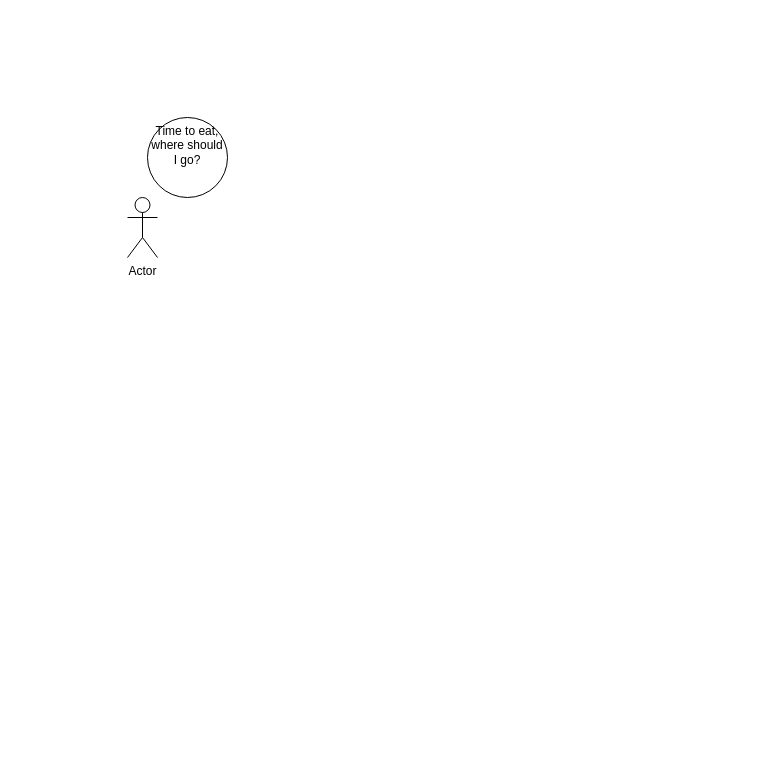
This is ECSE429_EX_StoryBoard.drawio from JayceCheung/Graphs, a draw.io file, before an edit. Source tidied: cells renumbered, new cells numbered last; positions are measured from the earlier drawing's top-left corner, leaving out a move shared by most shapes. Both pictures are drawn from the tidied source at 100%, with x=0, y=0 at pixel (127, 117).
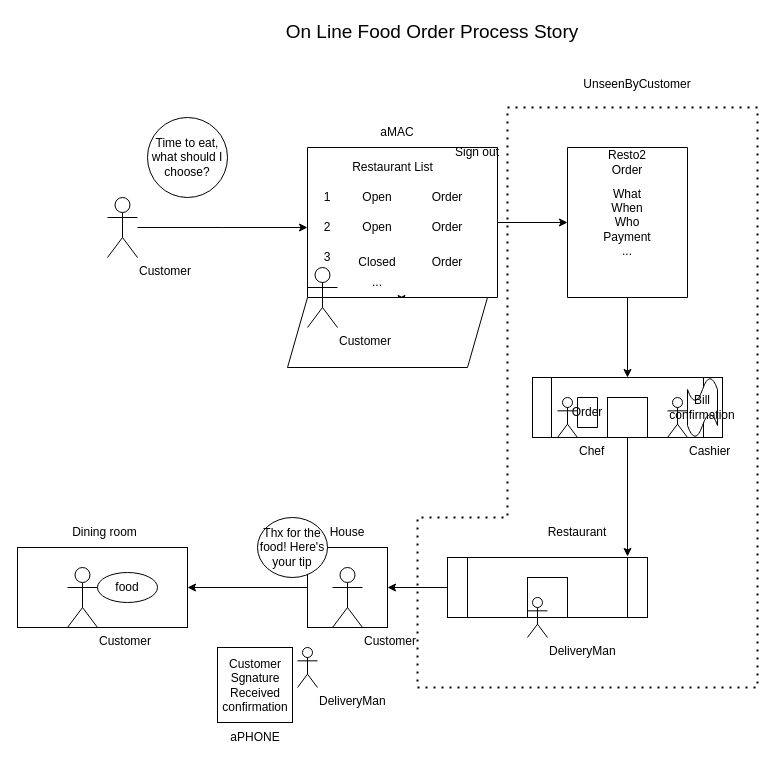
The same diagram, later.

Change to the diagram source:
```diff
@@
+    <mxCell id="4" style="edgeStyle=orthogonalEdgeStyle;rounded=0;jettySize=auto;html=1;" parent="1" edge="1" source="2">
+      <mxGeometry relative="1" as="geometry">
+        <mxPoint x="180" y="110" as="targetPoint" />
+      </mxGeometry>
+    </mxCell>
-    <mxCell id="2" value="Actor" style="shape=umlActor;verticalLabelPosition=bottom;verticalAlign=top;html=1;outlineConnect=0;" parent="1" vertex="1">
-      <mxGeometry y="80" width="30" height="60" as="geometry" />
+    <mxCell id="2" value="Customer" style="shape=umlActor;verticalLabelPosition=bottom;verticalAlign=top;html=1;outlineConnect=0;labelPosition=right;align=left;" parent="1" vertex="1">
+      <mxGeometry x="-20" y="80" width="30" height="60" as="geometry" />
     </mxCell>
-    <mxCell id="3" value="Time to eat, where should I go?" style="ellipse;whiteSpace=wrap;html=1;verticalAlign=top;" parent="1" vertex="1">
+    <mxCell id="3" value="Time to eat, what should I choose?" style="ellipse;whiteSpace=wrap;html=1;verticalAlign=middle;labelPosition=center;verticalLabelPosition=middle;align=center;" parent="1" vertex="1">
       <mxGeometry x="20" width="80" height="80" as="geometry" />
     </mxCell>
+    <mxCell id="5" style="edgeStyle=orthogonalEdgeStyle;rounded=0;jettySize=auto;html=1;exitX=1;exitY=0.5;exitDx=0;exitDy=0;" parent="1" edge="1" source="6" target="38">
+      <mxGeometry relative="1" as="geometry" />
+    </mxCell>
+    <mxCell id="6" style="swimlane;startSize=0;" parent="1" vertex="1">
+      <mxGeometry x="180" y="30" width="190" height="150" as="geometry" />
+    </mxCell>
+    <mxCell id="7" value="Restaurant List" style="text;html=1;align=center;verticalAlign=middle;strokeColor=none;fillColor=none;" parent="6" vertex="1">
+      <mxGeometry y="5" width="170" height="30" as="geometry" />
+    </mxCell>
+    <mxCell id="8" value="Open" style="text;html=1;strokeColor=none;fillColor=none;align=center;verticalAlign=middle;whiteSpace=wrap;rounded=0;" parent="6" vertex="1">
+      <mxGeometry x="40" y="35" width="60" height="30" as="geometry" />
+    </mxCell>
+    <mxCell id="9" value="Open" style="text;html=1;strokeColor=none;fillColor=none;align=center;verticalAlign=middle;whiteSpace=wrap;rounded=0;" parent="6" vertex="1">
+      <mxGeometry x="40" y="65" width="60" height="30" as="geometry" />
+    </mxCell>
+    <mxCell id="10" value="Closed" style="text;html=1;strokeColor=none;fillColor=none;align=center;verticalAlign=middle;whiteSpace=wrap;rounded=0;" parent="6" vertex="1">
+      <mxGeometry x="40" y="100" width="60" height="30" as="geometry" />
+    </mxCell>
+    <mxCell id="11" value="..." style="text;html=1;strokeColor=none;fillColor=none;align=center;verticalAlign=middle;whiteSpace=wrap;rounded=0;" parent="6" vertex="1">
+      <mxGeometry x="40" y="120" width="60" height="30" as="geometry" />
+    </mxCell>
+    <mxCell id="12" value="1" style="text;html=1;strokeColor=none;fillColor=none;align=center;verticalAlign=middle;whiteSpace=wrap;rounded=0;" parent="6" vertex="1">
+      <mxGeometry x="-10" y="35" width="60" height="30" as="geometry" />
+    </mxCell>
+    <mxCell id="13" value="2" style="text;html=1;strokeColor=none;fillColor=none;align=center;verticalAlign=middle;whiteSpace=wrap;rounded=0;" parent="6" vertex="1">
+      <mxGeometry x="-10" y="65" width="60" height="30" as="geometry" />
+    </mxCell>
+    <mxCell id="14" value="3" style="text;html=1;strokeColor=none;fillColor=none;align=center;verticalAlign=middle;whiteSpace=wrap;rounded=0;" parent="6" vertex="1">
+      <mxGeometry x="-10" y="95" width="60" height="30" as="geometry" />
+    </mxCell>
+    <mxCell id="15" style="edgeStyle=orthogonalEdgeStyle;rounded=0;jettySize=auto;html=1;exitX=0.5;exitY=1;exitDx=0;exitDy=0;entryX=0.9;entryY=1.2;entryDx=0;entryDy=0;entryPerimeter=0;" parent="6" edge="1" source="6" target="11">
+      <mxGeometry relative="1" as="geometry" />
+    </mxCell>
+    <mxCell id="16" value="Order" style="text;html=1;strokeColor=none;fillColor=none;align=center;verticalAlign=middle;whiteSpace=wrap;rounded=0;" parent="6" vertex="1">
+      <mxGeometry x="110" y="35" width="60" height="30" as="geometry" />
+    </mxCell>
+    <mxCell id="17" value="Order" style="text;html=1;strokeColor=none;fillColor=none;align=center;verticalAlign=middle;whiteSpace=wrap;rounded=0;" parent="6" vertex="1">
+      <mxGeometry x="110" y="65" width="60" height="30" as="geometry" />
+    </mxCell>
+    <mxCell id="18" value="Order" style="text;html=1;strokeColor=none;fillColor=none;align=center;verticalAlign=middle;whiteSpace=wrap;rounded=0;" parent="6" vertex="1">
+      <mxGeometry x="110" y="100" width="60" height="30" as="geometry" />
+    </mxCell>
+    <mxCell id="19" value="Sign out" style="text;html=1;strokeColor=none;fillColor=none;align=center;verticalAlign=middle;whiteSpace=wrap;rounded=0;" parent="6" vertex="1">
+      <mxGeometry x="140" y="-10" width="60" height="30" as="geometry" />
+    </mxCell>
+    <mxCell id="20" value="aMAC" style="text;html=1;strokeColor=none;fillColor=none;align=center;verticalAlign=middle;whiteSpace=wrap;rounded=0;" parent="1" vertex="1">
+      <mxGeometry x="180" width="180" height="30" as="geometry" />
+    </mxCell>
+    <mxCell id="21" style="shape=parallelogram;perimeter=parallelogramPerimeter;whiteSpace=wrap;html=1;fixedSize=1;" parent="1" vertex="1">
+      <mxGeometry x="160" y="180" width="200" height="70" as="geometry" />
+    </mxCell>
+    <mxCell id="22" value="Customer" style="shape=umlActor;verticalLabelPosition=bottom;verticalAlign=top;html=1;labelPosition=right;align=left;" parent="1" vertex="1">
+      <mxGeometry x="180" y="150" width="30" height="60" as="geometry" />
+    </mxCell>
+    <mxCell id="23" style="edgeStyle=orthogonalEdgeStyle;rounded=0;jettySize=auto;html=1;exitX=0;exitY=0.5;exitDx=0;exitDy=0;entryX=1;entryY=0.5;entryDx=0;entryDy=0;" parent="1" edge="1" source="24" target="29">
+      <mxGeometry relative="1" as="geometry" />
+    </mxCell>
+    <mxCell id="24" style="shape=process;whiteSpace=wrap;html=1;backgroundOutline=1;" parent="1" vertex="1">
+      <mxGeometry x="320" y="440" width="200" height="60" as="geometry" />
+    </mxCell>
+    <mxCell id="25" style="rounded=0;whiteSpace=wrap;html=1;" parent="1" vertex="1">
+      <mxGeometry x="400" y="460" width="40" height="40" as="geometry" />
+    </mxCell>
+    <mxCell id="26" value="Restaurant" style="text;html=1;strokeColor=none;fillColor=none;align=center;verticalAlign=middle;whiteSpace=wrap;rounded=0;" parent="1" vertex="1">
+      <mxGeometry x="420" y="400" width="60" height="30" as="geometry" />
+    </mxCell>
+    <mxCell id="27" value="DeliveryMan" style="shape=umlActor;verticalLabelPosition=bottom;verticalAlign=top;html=1;labelPosition=right;align=left;" parent="1" vertex="1">
+      <mxGeometry x="400" y="480" width="20" height="40" as="geometry" />
+    </mxCell>
+    <mxCell id="28" style="edgeStyle=orthogonalEdgeStyle;rounded=0;jettySize=auto;html=1;exitX=0;exitY=0.5;exitDx=0;exitDy=0;" parent="1" edge="1" source="29" target="31">
+      <mxGeometry relative="1" as="geometry" />
+    </mxCell>
+    <mxCell id="29" style="whiteSpace=wrap;html=1;" parent="1" vertex="1">
+      <mxGeometry x="180" y="430" width="80" height="80" as="geometry" />
+    </mxCell>
+    <mxCell id="30" value="House" style="text;html=1;strokeColor=none;fillColor=none;align=center;verticalAlign=middle;whiteSpace=wrap;rounded=0;" parent="1" vertex="1">
+      <mxGeometry x="190" y="400" width="60" height="30" as="geometry" />
+    </mxCell>
+    <mxCell id="31" style="rounded=0;whiteSpace=wrap;html=1;" parent="1" vertex="1">
+      <mxGeometry x="-110" y="430" width="170" height="80" as="geometry" />
+    </mxCell>
+    <mxCell id="32" value="Dining room" style="text;html=1;strokeColor=none;fillColor=none;align=center;verticalAlign=middle;whiteSpace=wrap;rounded=0;" parent="1" vertex="1">
+      <mxGeometry x="-70" y="400" width="95" height="30" as="geometry" />
+    </mxCell>
+    <mxCell id="33" value="Customer" style="shape=umlActor;verticalLabelPosition=bottom;verticalAlign=top;html=1;labelPosition=right;align=left;" parent="1" vertex="1">
+      <mxGeometry x="205" y="450" width="30" height="60" as="geometry" />
+    </mxCell>
+    <mxCell id="34" value="Customer" style="shape=umlActor;verticalLabelPosition=bottom;verticalAlign=top;html=1;labelPosition=right;align=left;" parent="1" vertex="1">
+      <mxGeometry x="-60" y="450" width="30" height="60" as="geometry" />
+    </mxCell>
+    <mxCell id="35" value="food" style="ellipse;whiteSpace=wrap;html=1;" parent="1" vertex="1">
+      <mxGeometry x="-30" y="455" width="60" height="30" as="geometry" />
+    </mxCell>
+    <mxCell id="36" value="DeliveryMan" style="shape=umlActor;verticalLabelPosition=bottom;verticalAlign=top;html=1;labelPosition=right;align=left;" parent="1" vertex="1">
+      <mxGeometry x="170" y="530" width="20" height="40" as="geometry" />
+    </mxCell>
+    <mxCell id="37" style="edgeStyle=orthogonalEdgeStyle;rounded=0;jettySize=auto;html=1;entryX=0.5;entryY=0;entryDx=0;entryDy=0;" parent="1" edge="1" source="38" target="41">
+      <mxGeometry relative="1" as="geometry" />
+    </mxCell>
+    <mxCell id="38" style="swimlane;startSize=0;" parent="1" vertex="1">
+      <mxGeometry x="440" y="30" width="120" height="150" as="geometry" />
+    </mxCell>
+    <mxCell id="39" value="Resto2 Order" style="text;html=1;strokeColor=none;fillColor=none;align=center;verticalAlign=middle;whiteSpace=wrap;rounded=0;" parent="38" vertex="1">
+      <mxGeometry x="30" width="60" height="30" as="geometry" />
+    </mxCell>
+    <mxCell id="40" value="What&lt;br&gt;When&lt;br&gt;Who&lt;br&gt;Payment&lt;br&gt;..." style="text;html=1;strokeColor=none;fillColor=none;align=center;verticalAlign=middle;whiteSpace=wrap;rounded=0;" parent="38" vertex="1">
+      <mxGeometry x="30" y="60" width="60" height="30" as="geometry" />
+    </mxCell>
+    <mxCell id="41" style="shape=process;whiteSpace=wrap;html=1;backgroundOutline=1;" parent="1" vertex="1">
+      <mxGeometry x="405" y="260" width="190" height="60" as="geometry" />
+    </mxCell>
+    <mxCell id="42" style="edgeStyle=orthogonalEdgeStyle;rounded=0;jettySize=auto;html=1;entryX=0.9;entryY=-0.017;entryDx=0;entryDy=0;entryPerimeter=0;" parent="1" edge="1" source="43" target="24">
+      <mxGeometry relative="1" as="geometry" />
+    </mxCell>
+    <mxCell id="43" style="rounded=0;whiteSpace=wrap;html=1;" parent="1" vertex="1">
+      <mxGeometry x="480" y="280" width="40" height="40" as="geometry" />
+    </mxCell>
+    <mxCell id="44" value="Chef" style="shape=umlActor;verticalLabelPosition=bottom;verticalAlign=top;html=1;labelPosition=right;align=left;" parent="1" vertex="1">
+      <mxGeometry x="430" y="280" width="20" height="40" as="geometry" />
+    </mxCell>
+    <mxCell id="45" value="Order" style="shape=note;whiteSpace=wrap;html=1;backgroundOutline=1;darkOpacity=0.05;size=0;" parent="1" vertex="1">
+      <mxGeometry x="450" y="280" width="20" height="30" as="geometry" />
+    </mxCell>
+    <mxCell id="46" value="Cashier" style="shape=umlActor;verticalLabelPosition=bottom;verticalAlign=top;html=1;labelPosition=right;align=left;" parent="1" vertex="1">
+      <mxGeometry x="540" y="280" width="20" height="40" as="geometry" />
+    </mxCell>
+    <mxCell id="47" value="Bill confirmation" style="shape=tape;whiteSpace=wrap;html=1;rotation=0;" parent="1" vertex="1">
+      <mxGeometry x="560" y="260" width="30" height="60" as="geometry" />
+    </mxCell>
+    <mxCell id="48" value="On Line Food Order Process Story" style="text;html=1;strokeColor=none;fillColor=none;align=center;verticalAlign=middle;whiteSpace=wrap;rounded=0;fontSize=19;" parent="1" vertex="1">
+      <mxGeometry x="90" y="-100" width="430" height="30" as="geometry" />
+    </mxCell>
+    <mxCell id="49" style="endArrow=none;dashed=1;html=1;dashPattern=1 3;strokeWidth=2;rounded=0;fontSize=19;" parent="1" edge="1">
+      <mxGeometry relative="1" as="geometry">
+        <mxPoint x="380" y="-10" as="sourcePoint" />
+        <mxPoint x="380" y="-10" as="targetPoint" />
+        <Array as="points">
+          <mxPoint x="630" y="-10" />
+          <mxPoint x="630" y="570" />
+          <mxPoint x="290" y="570" />
+          <mxPoint x="290" y="400" />
+          <mxPoint x="380" y="400" />
+        </Array>
+      </mxGeometry>
+    </mxCell>
+    <mxCell id="50" value="&lt;font style=&quot;font-size: 12px;&quot;&gt;UnseenByCustomer&lt;/font&gt;" style="text;html=1;strokeColor=none;fillColor=none;align=center;verticalAlign=middle;whiteSpace=wrap;rounded=0;fontSize=19;" parent="1" vertex="1">
+      <mxGeometry x="480" y="-50" width="60" height="30" as="geometry" />
+    </mxCell>
+    <mxCell id="51" value="Thx for the food! Here's your tip" style="ellipse;whiteSpace=wrap;html=1;fontSize=12;" parent="1" vertex="1">
+      <mxGeometry x="130" y="400" width="70" height="60" as="geometry" />
+    </mxCell>
+    <mxCell id="52" style="rounded=0;whiteSpace=wrap;html=1;fontSize=12;rotation=90;" parent="1" vertex="1">
+      <mxGeometry x="90" y="530" width="75" height="75" as="geometry" />
+    </mxCell>
+    <mxCell id="53" value="Customer Sgnature&lt;br&gt;Received confirmation" style="text;html=1;strokeColor=none;fillColor=none;align=center;verticalAlign=middle;whiteSpace=wrap;rounded=0;fontSize=12;" parent="1" vertex="1">
+      <mxGeometry x="97.5" y="547.5" width="60" height="40" as="geometry" />
+    </mxCell>
+    <mxCell id="54" value="aPHONE" style="text;html=1;strokeColor=none;fillColor=none;align=center;verticalAlign=middle;whiteSpace=wrap;rounded=0;fontSize=12;" parent="1" vertex="1">
+      <mxGeometry x="97.5" y="605" width="60" height="30" as="geometry" />
+    </mxCell>
```
